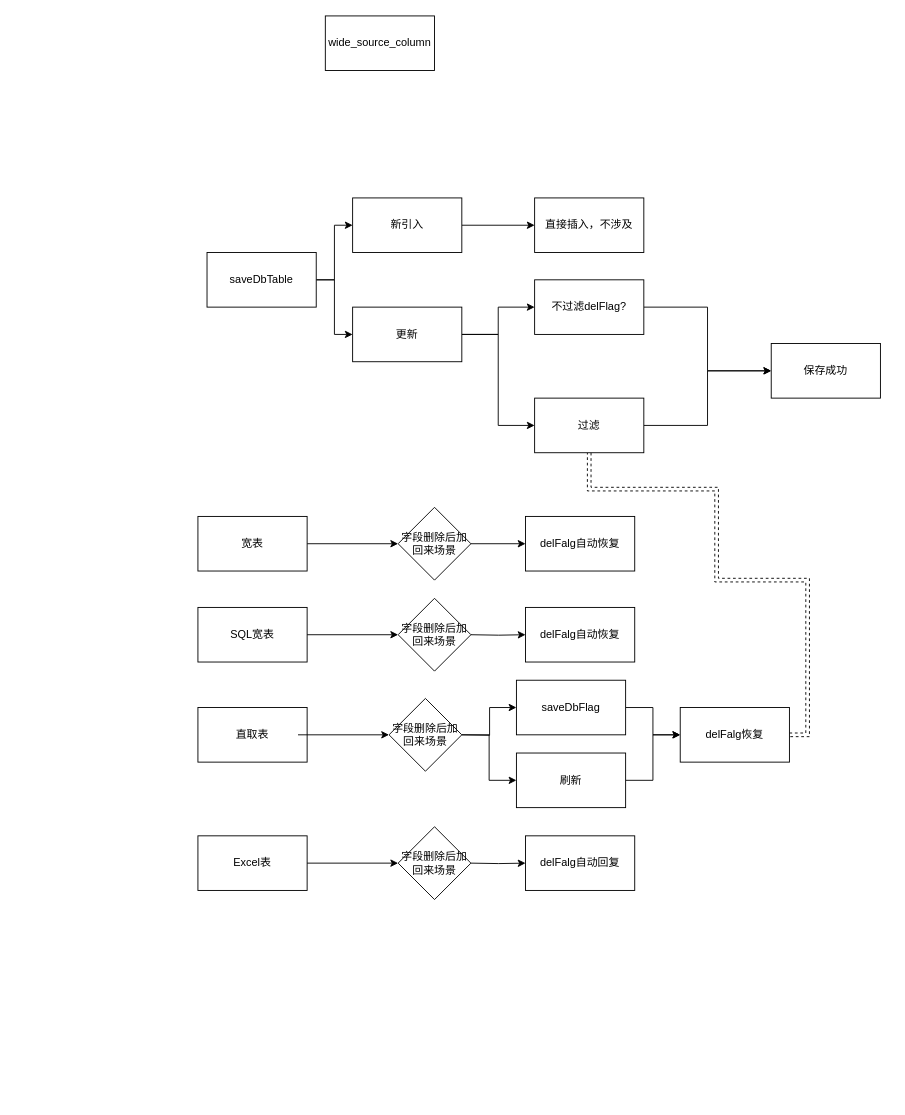
This is qh/delFlag梳理.drawio from shaominghuiwhatsup/graph, a draw.io file, before an edit. Source tidied: cells renumbered, new cells numbered last; positions are measured from the earlier drawing's top-left corner, leaving out a move shared by most shapes. Both pictures are drawn from the tidied source at 91%, with x=0, y=0 at pixel (197, 15).
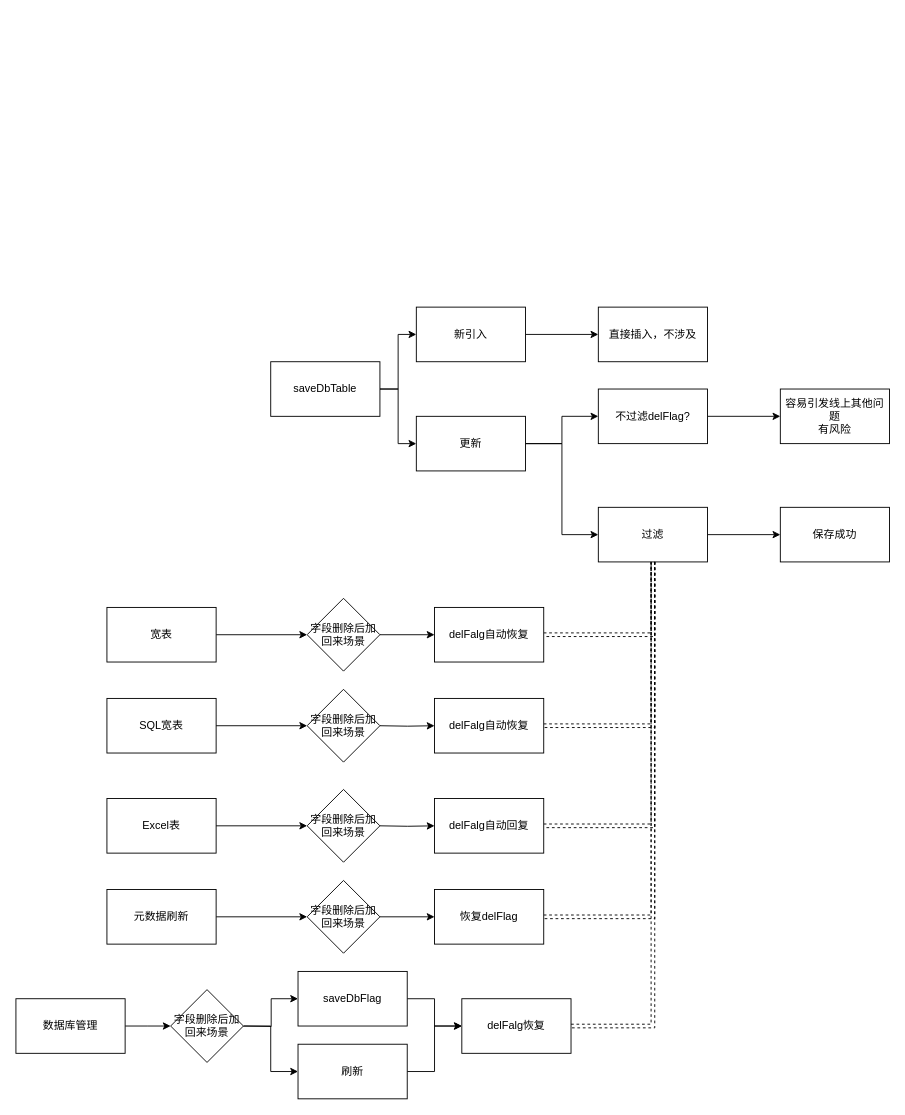
The same diagram, later.

What changed in the source:
```diff
@@
     <mxCell id="4" value="saveDbTable" style="rounded=0;whiteSpace=wrap;html=1;" parent="1" vertex="1">
-      <mxGeometry x="10" y="260" width="120" height="60" as="geometry" />
+      <mxGeometry x="80" y="380" width="120" height="60" as="geometry" />
     </mxCell>
-    <mxCell id="5" value="wide_source_column" style="rounded=0;whiteSpace=wrap;html=1;" parent="1" vertex="1">
-      <mxGeometry x="140" width="120" height="60" as="geometry" />
-    </mxCell>
@@
     <mxCell id="7" value="宽表" style="rounded=0;whiteSpace=wrap;html=1;" parent="1" vertex="1">
-      <mxGeometry y="550" width="120" height="60" as="geometry" />
+      <mxGeometry x="-100" y="650" width="120" height="60" as="geometry" />
     </mxCell>
@@
     <mxCell id="10" value="更新" style="rounded=0;whiteSpace=wrap;html=1;" parent="1" vertex="1">
-      <mxGeometry x="170" y="320" width="120" height="60" as="geometry" />
+      <mxGeometry x="240" y="440" width="120" height="60" as="geometry" />
     </mxCell>
@@
     <mxCell id="12" value="新引入" style="rounded=0;whiteSpace=wrap;html=1;" parent="1" vertex="1">
-      <mxGeometry x="170" y="200" width="120" height="60" as="geometry" />
+      <mxGeometry x="240" y="320" width="120" height="60" as="geometry" />
     </mxCell>
     <mxCell id="13" value="直接插入，不涉及" style="whiteSpace=wrap;html=1;rounded=0;" parent="1" vertex="1">
-      <mxGeometry x="370" y="200" width="120" height="60" as="geometry" />
+      <mxGeometry x="440" y="320" width="120" height="60" as="geometry" />
     </mxCell>
-    <mxCell id="14" style="edgeStyle=orthogonalEdgeStyle;rounded=0;jettySize=auto;html=1;exitX=1;exitY=0.5;exitDx=0;exitDy=0;entryX=0;entryY=0.5;entryDx=0;entryDy=0;" parent="1" edge="1" source="15" target="42">
-      <mxGeometry relative="1" as="geometry" />
-    </mxCell>
+    <mxCell id="43" style="edgeStyle=orthogonalEdgeStyle;rounded=0;jettySize=auto;html=1;" parent="1" edge="1" source="15" target="50">
+      <mxGeometry relative="1" as="geometry" />
+    </mxCell>
     <mxCell id="15" value="不过滤delFlag?" style="whiteSpace=wrap;html=1;rounded=0;" parent="1" vertex="1">
-      <mxGeometry x="370" y="290" width="120" height="60" as="geometry" />
+      <mxGeometry x="440" y="410" width="120" height="60" as="geometry" />
     </mxCell>
-    <mxCell id="16" style="edgeStyle=orthogonalEdgeStyle;rounded=0;jettySize=auto;html=1;exitX=0.5;exitY=1;exitDx=0;exitDy=0;entryX=1;entryY=0.5;entryDx=0;entryDy=0;shape=link;dashed=1;" parent="1" edge="1" source="18" target="41">
-      <mxGeometry relative="1" as="geometry">
-        <Array as="points">
-          <mxPoint x="430" y="520" />
-          <mxPoint x="570" y="520" />
-          <mxPoint x="570" y="620" />
-          <mxPoint x="670" y="620" />
-          <mxPoint x="670" y="790" />
-        </Array>
-      </mxGeometry>
-    </mxCell>
@@
     <mxCell id="18" value="过滤" style="whiteSpace=wrap;html=1;rounded=0;" parent="1" vertex="1">
-      <mxGeometry x="370" y="420" width="120" height="60" as="geometry" />
+      <mxGeometry x="440" y="540" width="120" height="60" as="geometry" />
     </mxCell>
     <mxCell id="19" value="SQL宽表" style="rounded=0;whiteSpace=wrap;html=1;" parent="1" vertex="1">
-      <mxGeometry y="650" width="120" height="60" as="geometry" />
+      <mxGeometry x="-100" y="750" width="120" height="60" as="geometry" />
     </mxCell>
-    <mxCell id="20" value="直取表" style="rounded=0;whiteSpace=wrap;html=1;" parent="1" vertex="1">
-      <mxGeometry y="760" width="120" height="60" as="geometry" />
-    </mxCell>
     <mxCell id="21" value="Excel表" style="rounded=0;whiteSpace=wrap;html=1;" parent="1" vertex="1">
-      <mxGeometry y="901" width="120" height="60" as="geometry" />
+      <mxGeometry x="-100" y="860" width="120" height="60" as="geometry" />
     </mxCell>
@@
     <mxCell id="23" value="字段删除后加回来场景" style="rhombus;whiteSpace=wrap;html=1;rounded=0;" parent="1" vertex="1">
-      <mxGeometry x="220" y="540" width="80" height="80" as="geometry" />
+      <mxGeometry x="120" y="640" width="80" height="80" as="geometry" />
     </mxCell>
+    <mxCell id="44" style="edgeStyle=orthogonalEdgeStyle;rounded=0;jettySize=auto;html=1;exitX=1;exitY=0.5;exitDx=0;exitDy=0;entryX=0.5;entryY=1;entryDx=0;entryDy=0;shape=link;dashed=1;" parent="1" edge="1" source="24" target="18">
+      <mxGeometry relative="1" as="geometry" />
+    </mxCell>
     <mxCell id="24" value="delFalg自动恢复" style="whiteSpace=wrap;html=1;rounded=0;" parent="1" vertex="1">
-      <mxGeometry x="360" y="550" width="120" height="60" as="geometry" />
+      <mxGeometry x="260" y="650" width="120" height="60" as="geometry" />
     </mxCell>
     <mxCell id="25" style="edgeStyle=orthogonalEdgeStyle;rounded=0;orthogonalLoop=1;jettySize=auto;html=1;" parent="1" edge="1">
       <mxGeometry relative="1" as="geometry">
-        <mxPoint x="120" y="680" as="sourcePoint" />
-        <mxPoint x="220" y="680" as="targetPoint" />
+        <mxPoint x="20" y="780" as="sourcePoint" />
+        <mxPoint x="120" y="780" as="targetPoint" />
       </mxGeometry>
     </mxCell>
     <mxCell id="26" style="edgeStyle=orthogonalEdgeStyle;rounded=0;jettySize=auto;html=1;" parent="1" edge="1" target="27">
       <mxGeometry relative="1" as="geometry">
-        <mxPoint x="300" y="680" as="sourcePoint" />
+        <mxPoint x="200" y="780" as="sourcePoint" />
       </mxGeometry>
     </mxCell>
+    <mxCell id="45" style="edgeStyle=orthogonalEdgeStyle;rounded=0;jettySize=auto;html=1;exitX=1;exitY=0.5;exitDx=0;exitDy=0;entryX=0.5;entryY=1;entryDx=0;entryDy=0;shape=link;dashed=1;" parent="1" edge="1" source="27" target="18">
+      <mxGeometry relative="1" as="geometry" />
+    </mxCell>
     <mxCell id="27" value="delFalg自动恢复" style="whiteSpace=wrap;html=1;rounded=0;" parent="1" vertex="1">
-      <mxGeometry x="360" y="650" width="120" height="60" as="geometry" />
+      <mxGeometry x="260" y="750" width="120" height="60" as="geometry" />
     </mxCell>
     <mxCell id="28" value="字段删除后加回来场景" style="rhombus;whiteSpace=wrap;html=1;rounded=0;" parent="1" vertex="1">
-      <mxGeometry x="220" y="640" width="80" height="80" as="geometry" />
+      <mxGeometry x="120" y="740" width="80" height="80" as="geometry" />
     </mxCell>
-    <mxCell id="29" style="edgeStyle=orthogonalEdgeStyle;rounded=0;orthogonalLoop=1;jettySize=auto;html=1;" parent="1" edge="1">
-      <mxGeometry relative="1" as="geometry">
-        <mxPoint x="110" y="790" as="sourcePoint" />
-        <mxPoint x="210" y="790" as="targetPoint" />
-      </mxGeometry>
-    </mxCell>
     <mxCell id="30" style="edgeStyle=orthogonalEdgeStyle;rounded=0;jettySize=auto;html=1;" parent="1" edge="1" target="32">
       <mxGeometry relative="1" as="geometry">
-        <mxPoint x="290" y="790" as="sourcePoint" />
+        <mxPoint x="50" y="1110" as="sourcePoint" />
       </mxGeometry>
     </mxCell>
@@
     <mxCell id="32" value="saveDbFlag" style="whiteSpace=wrap;html=1;rounded=0;" parent="1" vertex="1">
-      <mxGeometry x="350" y="730" width="120" height="60" as="geometry" />
+      <mxGeometry x="110" y="1050" width="120" height="60" as="geometry" />
     </mxCell>
@@
     <mxCell id="34" value="字段删除后加回来场景" style="rhombus;whiteSpace=wrap;html=1;rounded=0;" parent="1" vertex="1">
-      <mxGeometry x="210" y="750" width="80" height="80" as="geometry" />
+      <mxGeometry x="-30" y="1070" width="80" height="80" as="geometry" />
     </mxCell>
     <mxCell id="35" style="edgeStyle=orthogonalEdgeStyle;rounded=0;orthogonalLoop=1;jettySize=auto;html=1;" parent="1" edge="1">
       <mxGeometry relative="1" as="geometry">
-        <mxPoint x="120" y="931" as="sourcePoint" />
-        <mxPoint x="220" y="931" as="targetPoint" />
+        <mxPoint x="20" y="890" as="sourcePoint" />
+        <mxPoint x="120" y="890" as="targetPoint" />
       </mxGeometry>
     </mxCell>
     <mxCell id="36" style="edgeStyle=orthogonalEdgeStyle;rounded=0;jettySize=auto;html=1;" parent="1" edge="1" target="37">
       <mxGeometry relative="1" as="geometry">
-        <mxPoint x="300" y="931" as="sourcePoint" />
+        <mxPoint x="200" y="890" as="sourcePoint" />
       </mxGeometry>
     </mxCell>
+    <mxCell id="46" style="edgeStyle=orthogonalEdgeStyle;rounded=0;jettySize=auto;html=1;exitX=1;exitY=0.5;exitDx=0;exitDy=0;dashed=1;shape=link;entryX=0.5;entryY=1;entryDx=0;entryDy=0;" parent="1" edge="1" source="37" target="18">
+      <mxGeometry relative="1" as="geometry" />
+    </mxCell>
     <mxCell id="37" value="delFalg自动回复" style="whiteSpace=wrap;html=1;rounded=0;" parent="1" vertex="1">
-      <mxGeometry x="360" y="901" width="120" height="60" as="geometry" />
+      <mxGeometry x="260" y="860" width="120" height="60" as="geometry" />
     </mxCell>
     <mxCell id="38" value="字段删除后加回来场景" style="rhombus;whiteSpace=wrap;html=1;rounded=0;" parent="1" vertex="1">
-      <mxGeometry x="220" y="891" width="80" height="80" as="geometry" />
+      <mxGeometry x="120" y="850" width="80" height="80" as="geometry" />
     </mxCell>
@@
     <mxCell id="40" value="刷新" style="whiteSpace=wrap;html=1;rounded=0;" parent="1" vertex="1">
-      <mxGeometry x="350" y="810" width="120" height="60" as="geometry" />
+      <mxGeometry x="110" y="1130" width="120" height="60" as="geometry" />
     </mxCell>
+    <mxCell id="47" style="edgeStyle=orthogonalEdgeStyle;rounded=0;jettySize=auto;html=1;exitX=1;exitY=0.5;exitDx=0;exitDy=0;shape=link;dashed=1;" parent="1" edge="1" source="41" target="18">
+      <mxGeometry relative="1" as="geometry" />
+    </mxCell>
     <mxCell id="41" value="delFalg恢复" style="whiteSpace=wrap;html=1;rounded=0;" parent="1" vertex="1">
-      <mxGeometry x="530" y="760" width="120" height="60" as="geometry" />
+      <mxGeometry x="290" y="1080" width="120" height="60" as="geometry" />
     </mxCell>
     <mxCell id="42" value="保存成功" style="whiteSpace=wrap;html=1;rounded=0;" parent="1" vertex="1">
-      <mxGeometry x="630" y="360" width="120" height="60" as="geometry" />
+      <mxGeometry x="640" y="540" width="120" height="60" as="geometry" />
     </mxCell>
+    <mxCell id="48" style="edgeStyle=orthogonalEdgeStyle;rounded=0;jettySize=auto;html=1;exitX=1;exitY=0.5;exitDx=0;exitDy=0;entryX=0;entryY=0.5;entryDx=0;entryDy=0;" parent="1" edge="1" source="49">
+      <mxGeometry relative="1" as="geometry">
+        <mxPoint x="-30" y="1110" as="targetPoint" />
+      </mxGeometry>
+    </mxCell>
+    <mxCell id="49" value="数据库管理" style="rounded=0;whiteSpace=wrap;html=1;" parent="1" vertex="1">
+      <mxGeometry x="-200" y="1080" width="120" height="60" as="geometry" />
+    </mxCell>
+    <mxCell id="50" value="容易引发线上其他问题&lt;div&gt;有风险&lt;/div&gt;" style="whiteSpace=wrap;html=1;rounded=0;" parent="1" vertex="1">
+      <mxGeometry x="640" y="410" width="120" height="60" as="geometry" />
+    </mxCell>
+    <mxCell id="51" style="edgeStyle=orthogonalEdgeStyle;rounded=0;jettySize=auto;html=1;exitX=1;exitY=0.5;exitDx=0;exitDy=0;entryX=0;entryY=0.5;entryDx=0;entryDy=0;" parent="1" edge="1" source="52" target="54">
+      <mxGeometry relative="1" as="geometry" />
+    </mxCell>
+    <mxCell id="52" value="元数据刷新" style="rounded=0;whiteSpace=wrap;html=1;" parent="1" vertex="1">
+      <mxGeometry x="-100" y="960" width="120" height="60" as="geometry" />
+    </mxCell>
+    <mxCell id="53" style="edgeStyle=orthogonalEdgeStyle;rounded=0;jettySize=auto;html=1;" parent="1" edge="1" source="54" target="56">
+      <mxGeometry relative="1" as="geometry" />
+    </mxCell>
+    <mxCell id="54" value="字段删除后加回来场景" style="rhombus;whiteSpace=wrap;html=1;rounded=0;" parent="1" vertex="1">
+      <mxGeometry x="120" y="950" width="80" height="80" as="geometry" />
+    </mxCell>
+    <mxCell id="55" style="edgeStyle=orthogonalEdgeStyle;rounded=0;jettySize=auto;html=1;exitX=1;exitY=0.5;exitDx=0;exitDy=0;entryX=0.5;entryY=1;entryDx=0;entryDy=0;shape=link;dashed=1;" parent="1" edge="1" source="56" target="18">
+      <mxGeometry relative="1" as="geometry" />
+    </mxCell>
+    <mxCell id="56" value="恢复delFlag" style="whiteSpace=wrap;html=1;rounded=0;" parent="1" vertex="1">
+      <mxGeometry x="260" y="960" width="120" height="60" as="geometry" />
+    </mxCell>
```
